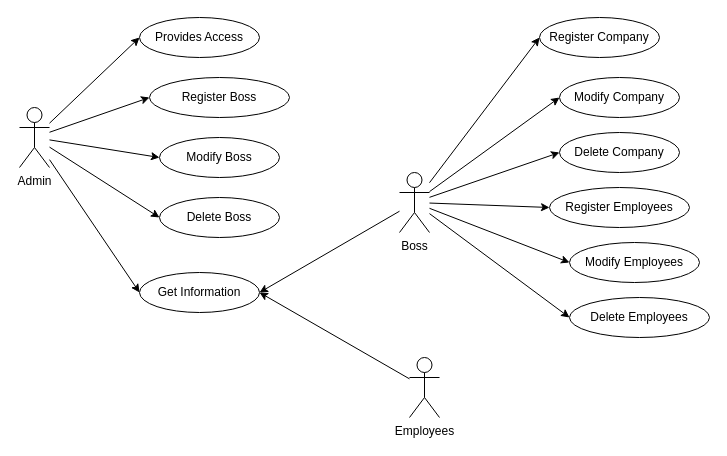
Above: DIAGRAMAS/useCase.drawio in KenyaPaiz/NominaApi (draw.io), before the change. Source tidied: cells renumbered, new cells numbered last; positions are measured from the earlier drawing's top-left corner, leaving out a move shared by most shapes. Both pictures are drawn from the tidied source at 100%, with x=0, y=0 at pixel (19, 17).
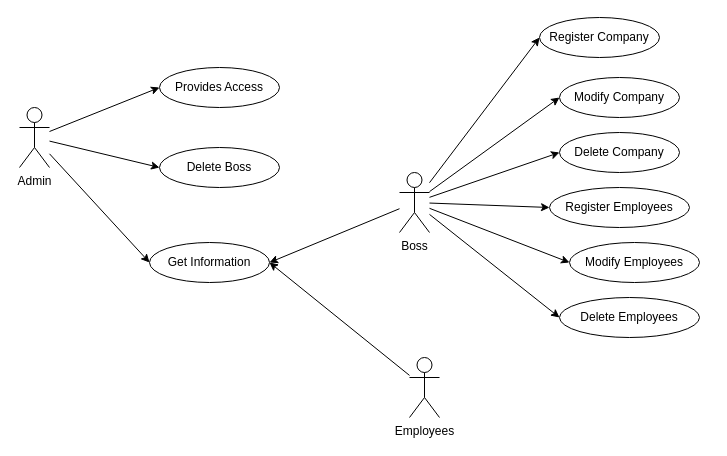
Above is the later version.

Unchanged cells that the change refers to:
```xml
<mxCell id="7" value="Admin" style="shape=umlActor;verticalLabelPosition=bottom;verticalAlign=top;html=1;" parent="1" vertex="1">
  <mxGeometry y="90" width="30" height="60" as="geometry" />
</mxCell>
```

What changed in the source:
```diff
@@
-    <mxCell id="5" style="edgeStyle=none;html=1;entryX=0;entryY=0.5;entryDx=0;entryDy=0;" parent="1" edge="1" source="7" target="22">
-      <mxGeometry relative="1" as="geometry" />
-    </mxCell>
-    <mxCell id="6" style="edgeStyle=none;html=1;entryX=0;entryY=0.5;entryDx=0;entryDy=0;" parent="1" edge="1" source="7" target="19">
-      <mxGeometry relative="1" as="geometry" />
-    </mxCell>
@@
     <mxCell id="10" value="Provides Access" style="ellipse;whiteSpace=wrap;html=1;" parent="1" vertex="1">
-      <mxGeometry x="120" width="120" height="40" as="geometry" />
+      <mxGeometry x="140" y="50" width="120" height="40" as="geometry" />
     </mxCell>
@@
-    <mxCell id="19" value="Register Boss" style="ellipse;whiteSpace=wrap;html=1;" parent="1" vertex="1">
-      <mxGeometry x="130" y="60" width="140" height="40" as="geometry" />
-    </mxCell>
@@
     <mxCell id="21" value="Get Information" style="ellipse;whiteSpace=wrap;html=1;" parent="1" vertex="1">
-      <mxGeometry x="120" y="255" width="120" height="40" as="geometry" />
+      <mxGeometry x="130" y="225" width="120" height="40" as="geometry" />
     </mxCell>
-    <mxCell id="22" value="Modify Boss" style="ellipse;whiteSpace=wrap;html=1;" parent="1" vertex="1">
-      <mxGeometry x="140" y="120" width="120" height="40" as="geometry" />
-    </mxCell>
     <mxCell id="23" value="Delete Boss" style="ellipse;whiteSpace=wrap;html=1;" parent="1" vertex="1">
-      <mxGeometry x="140" y="180" width="120" height="40" as="geometry" />
+      <mxGeometry x="140" y="130" width="120" height="40" as="geometry" />
     </mxCell>
@@
     <mxCell id="28" value="Delete Employees" style="ellipse;whiteSpace=wrap;html=1;" parent="1" vertex="1">
-      <mxGeometry x="550" y="280" width="140" height="40" as="geometry" />
+      <mxGeometry x="540" y="280" width="140" height="40" as="geometry" />
     </mxCell>
```
